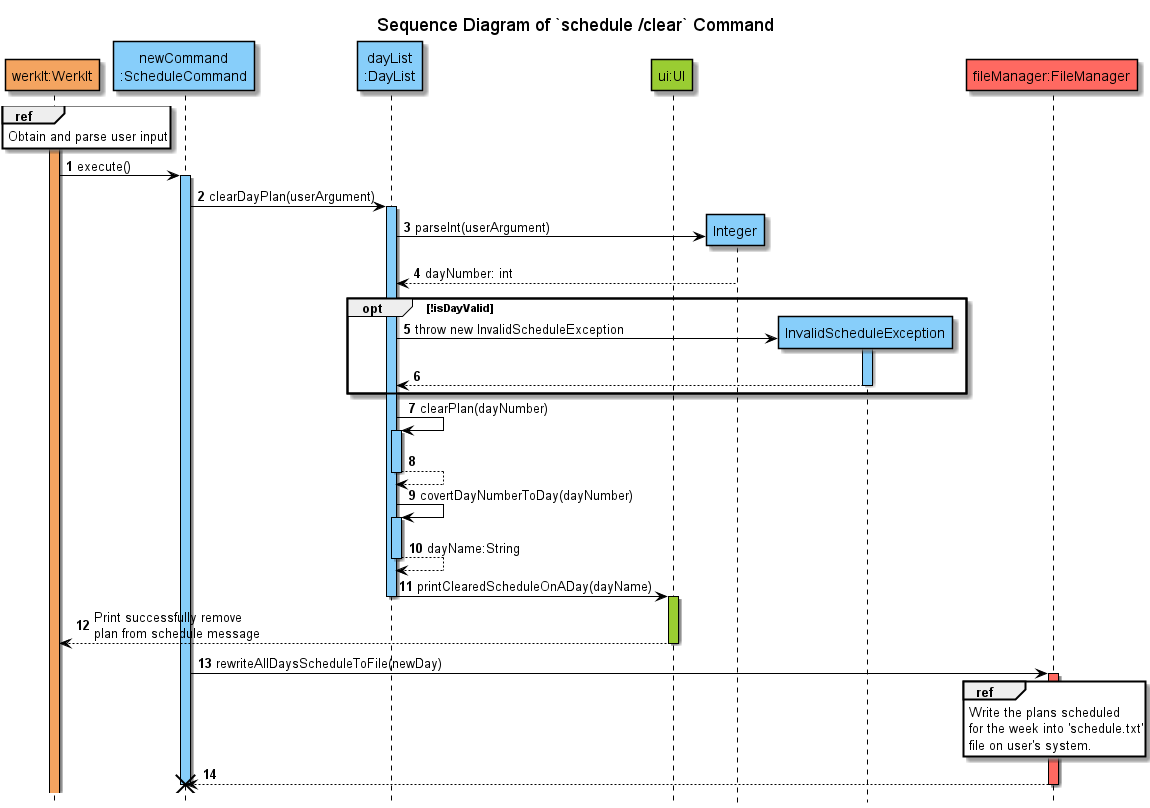
This is docs/uml/sequenceDiagrams/schedule/images/clearSchedule.png from nus-cs2113-AY2122S2/tp, a PlantUML export, as it was before one commit.
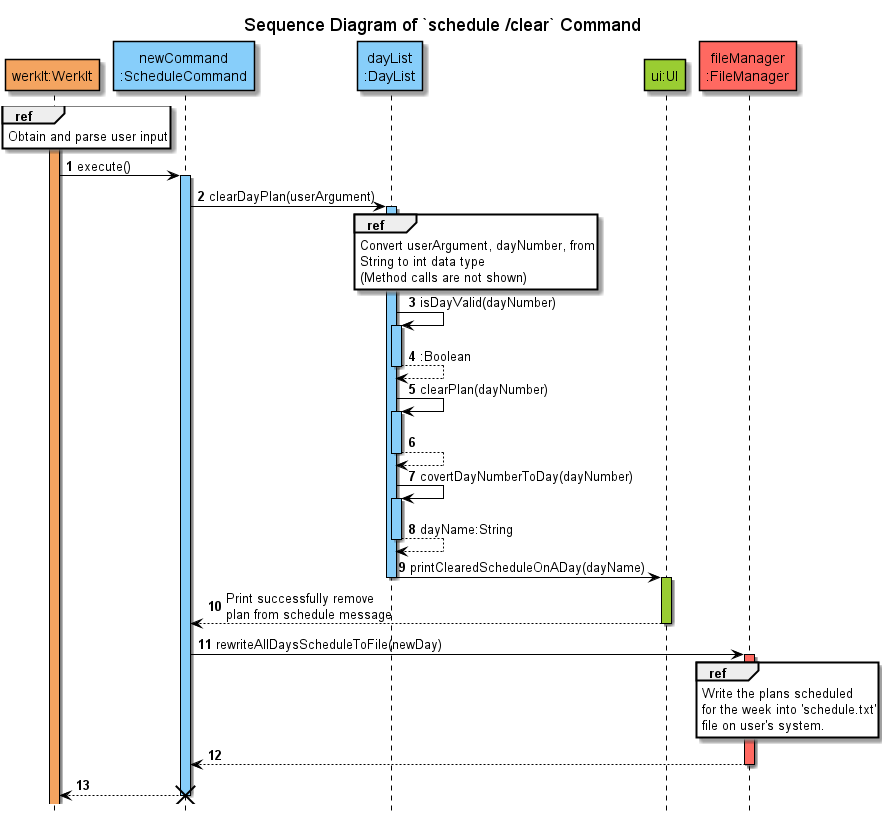
After the change.

Diff of the diagram source:
```diff
@@ -21,17 +21,17 @@
 
 newCommand -> DayList : clearDayPlan(userArgument)
 activate DayList COLOR_LOGIC
-create "Integer" AS int COLOR_LOGIC
-DayList -> int: parseInt(userArgument)
-DayList <-- int : dayNumber: int
 
-create InvalidScheduleException AS ise COLOR_LOGIC
-opt !isDayValid
-DayList -> ise : throw new InvalidScheduleException
-activate ise COLOR_LOGIC
-return
-deactivate ise
+ref over DayList
+Convert userArgument, dayNumber, from
+String to int data type
+(Method calls are not shown)
 end
+
+DayList -> DayList : isDayValid(dayNumber)
+activate DayList COLOR_LOGIC
+return :Boolean
+
 DayList -> DayList : clearPlan(dayNumber)
 activate DayList COLOR_LOGIC
 return
@@ -41,10 +41,10 @@
 DayList -> UI : printClearedScheduleOnADay(dayName)
 deactivate DayList
 activate UI COLOR_UI
-UI--> WerkIt: Print successfully remove \nplan from schedule message
+UI--> newCommand: Print successfully remove \nplan from schedule message
 deactivate UI
 
-participant "fileManager:FileManager" as FileManager COLOR_STORAGE
+participant "fileManager\n:FileManager" as FileManager COLOR_STORAGE
 newCommand -> FileManager : rewriteAllDaysScheduleToFile(newDay)
 activate FileManager COLOR_STORAGE
 ref over FileManager
@@ -54,6 +54,6 @@
 end
 newCommand <-- FileManager
 deactivate FileManager
-
+return
 destroy newCommand
 @enduml
```
